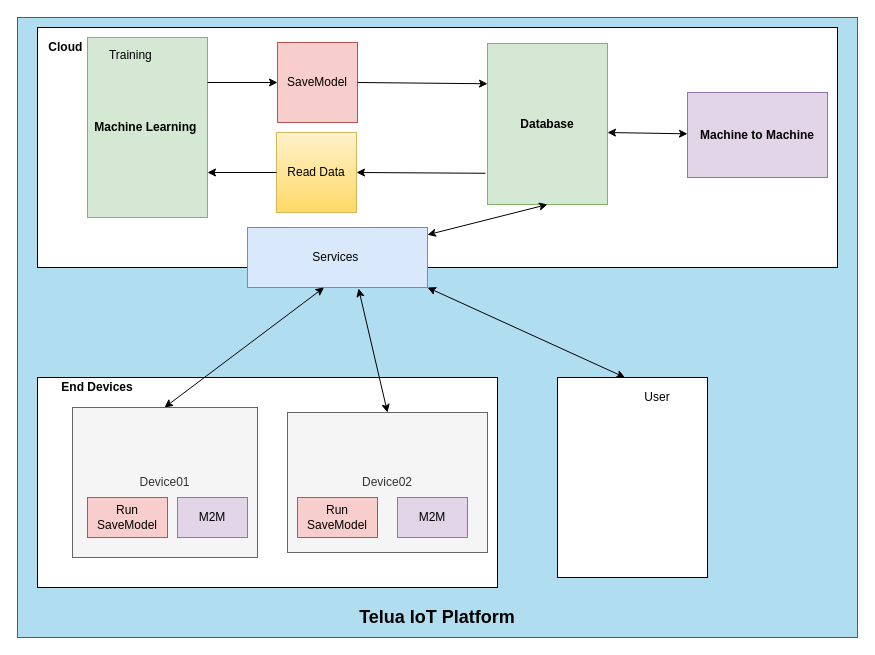
Above: machine_learning/machineLearning.drawio in letrthong/uhes_visual_programing_iot (draw.io), before the change. Source tidied: cells renumbered, new cells numbered last; positions are measured from the earlier drawing's top-left corner, leaving out a move shared by most shapes. Both pictures are drawn from the tidied source at 100%, with x=0, y=0 at pixel (17, 17).
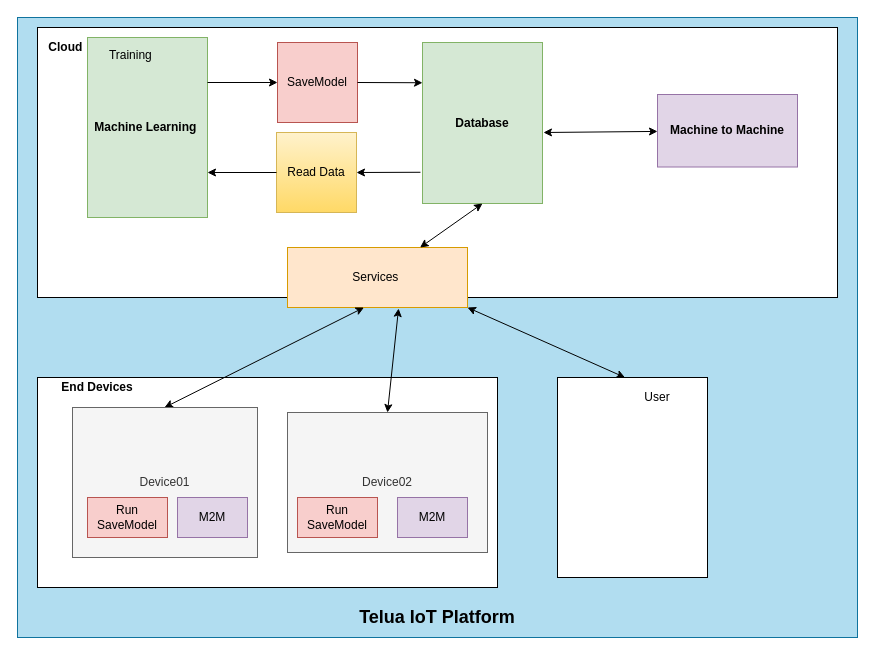
The same page after the edit.

Change to the diagram source:
```diff
@@
     <mxCell id="3" style="rounded=0;whiteSpace=wrap;html=1;" parent="1" vertex="1">
-      <mxGeometry x="20" y="10" width="800" height="240" as="geometry" />
+      <mxGeometry x="20" y="10" width="800" height="270" as="geometry" />
     </mxCell>
@@
-    <mxCell id="8" value="Services&amp;nbsp;" style="rounded=0;whiteSpace=wrap;html=1;fillColor=#dae8fc;strokeColor=#6c8ebf;" parent="1" vertex="1">
-      <mxGeometry x="230" y="210" width="180" height="60" as="geometry" />
+    <mxCell id="8" value="Services&amp;nbsp;" style="rounded=0;whiteSpace=wrap;html=1;fillColor=#ffe6cc;strokeColor=#d79b00;" parent="1" vertex="1">
+      <mxGeometry x="270" y="230" width="180" height="60" as="geometry" />
     </mxCell>
@@
     <mxCell id="10" value="&lt;b&gt;Database&lt;/b&gt;" style="rounded=0;whiteSpace=wrap;html=1;fillColor=#d5e8d4;strokeColor=#82b366;" parent="1" vertex="1">
-      <mxGeometry x="470" y="26" width="120" height="161" as="geometry" />
+      <mxGeometry x="405" y="25" width="120" height="161" as="geometry" />
     </mxCell>
@@
     <mxCell id="29" value="&lt;b&gt;Machine to Machine&lt;/b&gt;" style="rounded=0;whiteSpace=wrap;html=1;fillColor=#e1d5e7;strokeColor=#9673a6;" parent="1" vertex="1">
-      <mxGeometry x="670" y="75" width="140" height="85" as="geometry" />
+      <mxGeometry x="640" y="77" width="140" height="72.5" as="geometry" />
     </mxCell>
-    <mxCell id="30" style="endArrow=classic;startArrow=classic;html=1;" parent="1" edge="1" target="29">
-      <mxGeometry relative="1" as="geometry">
-        <mxPoint x="590" y="115" as="sourcePoint" />
-      </mxGeometry>
+    <mxCell id="30" style="endArrow=classic;startArrow=classic;html=1;exitX=1.008;exitY=0.559;exitDx=0;exitDy=0;exitPerimeter=0;" parent="1" edge="1" source="10" target="29">
+      <mxGeometry relative="1" as="geometry" />
     </mxCell>
```
